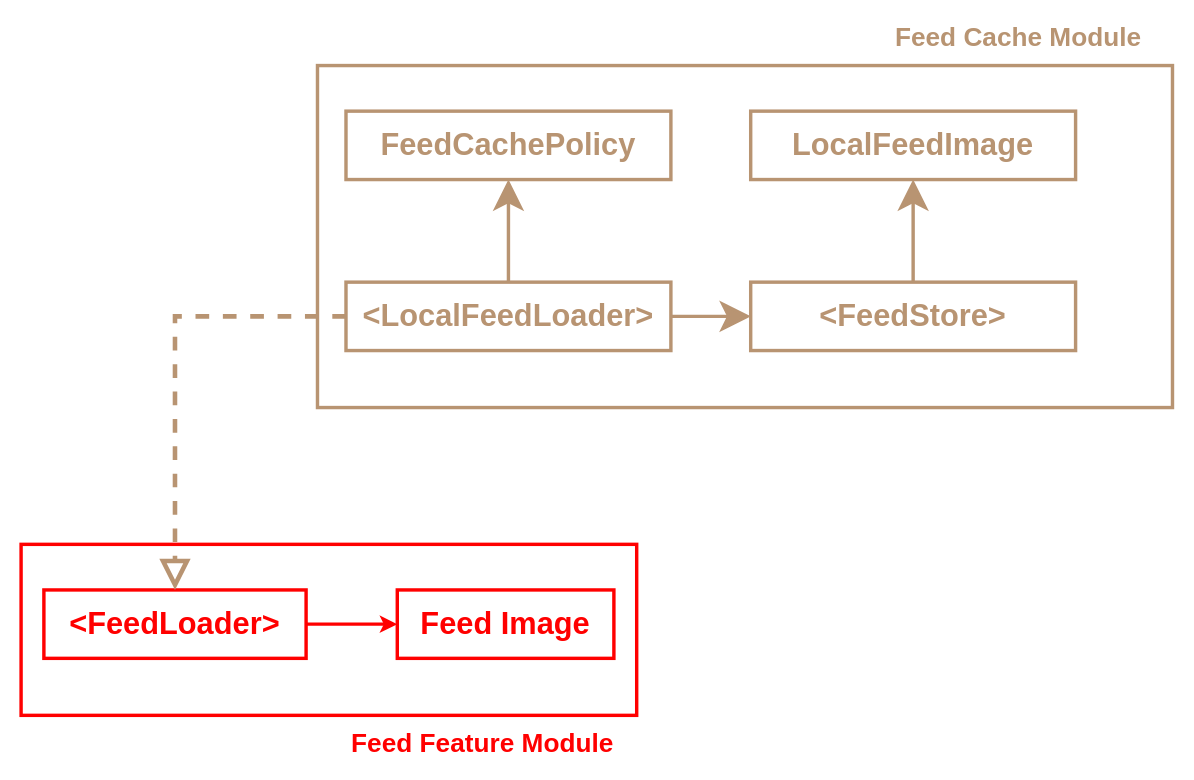
The draw.io diagram EssentialFeed/architecture.drawio in ahmad-atef/Essential-Developer, before the edit. Source tidied: cells renumbered, new cells numbered last; positions are measured from the earlier drawing's top-left corner, leaving out a move shared by most shapes. Both pictures are drawn from the tidied source at 114%, with x=0, y=0 at pixel (21, 19).
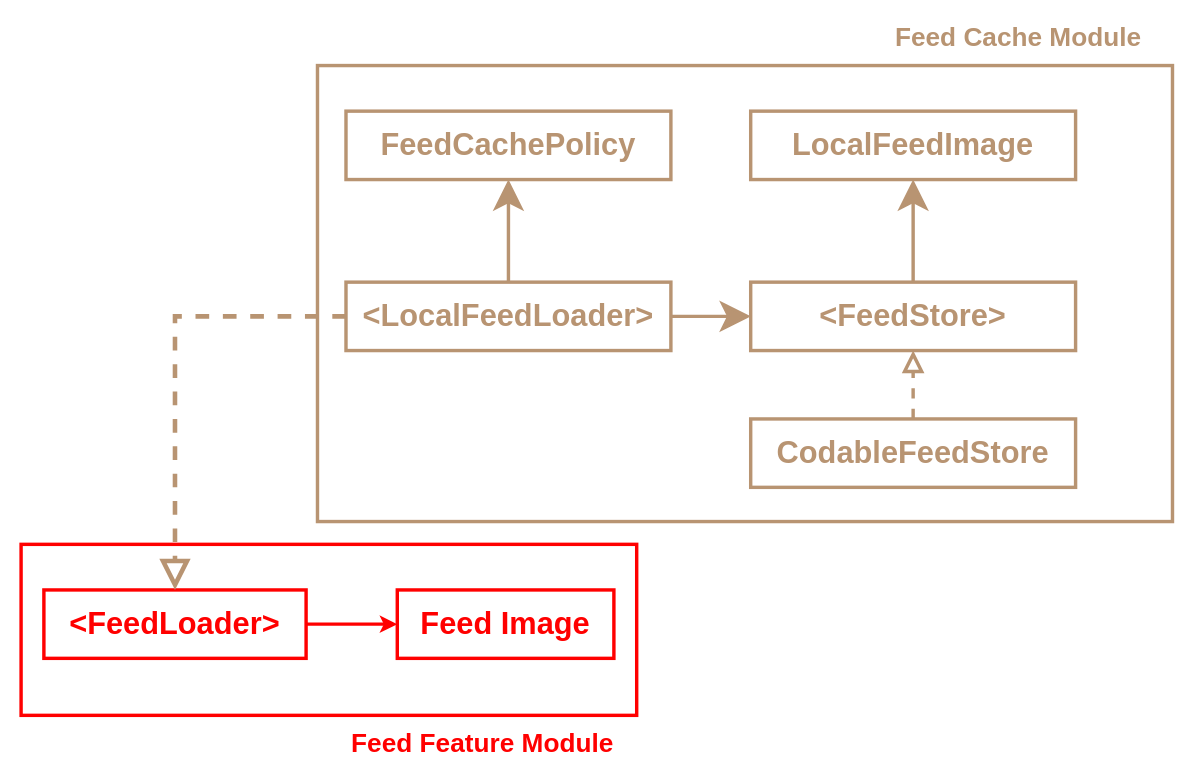
The same page after the edit.

What changed in the source:
```diff
@@
 <mxGraphModel>
   <root>
     <mxCell id="0" />
     <mxCell id="1" parent="0" />
     <mxCell id="2" style="rounded=0;whiteSpace=wrap;html=1;fontSize=18;strokeWidth=3;strokeColor=#FF0000;" parent="1" vertex="1">
       <mxGeometry y="460" width="540" height="150" as="geometry" />
     </mxCell>
     <mxCell id="3" value="&lt;h2&gt;&lt;font color=&quot;#ff0000&quot;&gt;&amp;lt;FeedLoader&amp;gt;&lt;/font&gt;&lt;/h2&gt;" style="rounded=0;whiteSpace=wrap;html=1;fontSize=18;strokeWidth=3;strokeColor=#FF0000;" parent="1" vertex="1">
       <mxGeometry x="20" y="500" width="230" height="60" as="geometry" />
     </mxCell>
     <mxCell id="4" value="&lt;h2&gt;&lt;font color=&quot;#ff0000&quot;&gt;Feed Image&lt;/font&gt;&lt;/h2&gt;" style="rounded=0;whiteSpace=wrap;html=1;fontSize=18;strokeWidth=3;strokeColor=#FF0000;" parent="1" vertex="1">
       <mxGeometry x="330" y="500" width="190" height="60" as="geometry" />
     </mxCell>
     <mxCell id="5" style="endArrow=classic;html=1;rounded=0;fontSize=18;exitX=1;exitY=0.5;exitDx=0;exitDy=0;entryX=0;entryY=0.5;entryDx=0;entryDy=0;strokeWidth=3;strokeColor=#FF0000;" parent="1" edge="1" source="3" target="4">
       <mxGeometry relative="1" as="geometry" />
     </mxCell>
     <mxCell id="6" style="rounded=0;whiteSpace=wrap;html=1;fontSize=18;fontColor=#FFCE9F;strokeColor=#B89472;strokeWidth=3;" parent="1" vertex="1">
-      <mxGeometry x="260" y="40" width="750" height="300" as="geometry" />
+      <mxGeometry x="260" y="40" width="750" height="400" as="geometry" />
     </mxCell>
     <mxCell id="7" value="&lt;font style=&quot;font-size: 23px&quot;&gt;&lt;b&gt;Feed Feature Module&lt;/b&gt;&lt;/font&gt;" style="text;html=1;strokeColor=none;fillColor=none;align=center;verticalAlign=middle;whiteSpace=wrap;rounded=0;fontSize=18;fontColor=#FF0000;" parent="1" vertex="1">
       <mxGeometry x="270" y="620" width="270" height="30" as="geometry" />
     </mxCell>
     <mxCell id="8" style="edgeStyle=orthogonalEdgeStyle;rounded=0;jettySize=auto;html=1;fontSize=18;fontColor=#FFCE9F;strokeColor=#B89472;strokeWidth=4;dashed=1;endArrow=block;endFill=0;endSize=17;" parent="1" edge="1" source="9" target="3">
       <mxGeometry relative="1" as="geometry" />
     </mxCell>
     <mxCell id="9" value="&lt;h2&gt;&lt;font&gt;&amp;lt;LocalFeedLoader&amp;gt;&lt;/font&gt;&lt;/h2&gt;" style="rounded=0;whiteSpace=wrap;html=1;fontSize=18;strokeWidth=3;strokeColor=#B89472;fontColor=#B89472;" parent="1" vertex="1">
       <mxGeometry x="285" y="230" width="285" height="60" as="geometry" />
     </mxCell>
     <mxCell id="10" style="edgeStyle=orthogonalEdgeStyle;rounded=1;jettySize=auto;html=1;fontSize=18;fontColor=#B89472;startArrow=classic;startFill=1;endArrow=none;endFill=0;startSize=18;endSize=18;strokeColor=#B89472;strokeWidth=3;" parent="1" edge="1" source="11" target="13">
       <mxGeometry relative="1" as="geometry" />
     </mxCell>
     <mxCell id="11" value="&lt;h2&gt;&lt;font&gt;LocalFeedImage&lt;/font&gt;&lt;/h2&gt;" style="rounded=0;whiteSpace=wrap;html=1;fontSize=18;strokeWidth=3;strokeColor=#B89472;fontColor=#B89472;" parent="1" vertex="1">
       <mxGeometry x="640" y="80" width="285" height="60" as="geometry" />
     </mxCell>
     <mxCell id="12" style="edgeStyle=orthogonalEdgeStyle;rounded=1;jettySize=auto;html=1;fontSize=18;fontColor=#FFCE9F;endArrow=none;endFill=0;endSize=18;strokeColor=#B89472;strokeWidth=3;entryX=1;entryY=0.5;entryDx=0;entryDy=0;startArrow=classic;startFill=1;startSize=18;" parent="1" edge="1" source="13" target="9">
       <mxGeometry relative="1" as="geometry" />
     </mxCell>
     <mxCell id="13" value="&lt;h2&gt;&lt;font&gt;&amp;lt;FeedStore&amp;gt;&lt;/font&gt;&lt;/h2&gt;" style="rounded=0;whiteSpace=wrap;html=1;fontSize=18;strokeWidth=3;strokeColor=#B89472;fontColor=#B89472;" parent="1" vertex="1">
       <mxGeometry x="640" y="230" width="285" height="60" as="geometry" />
     </mxCell>
     <mxCell id="14" style="edgeStyle=orthogonalEdgeStyle;rounded=1;jettySize=auto;html=1;fontSize=18;fontColor=#B89472;startArrow=classic;startFill=1;endArrow=none;endFill=0;startSize=18;endSize=18;strokeColor=#B89472;strokeWidth=3;" parent="1" edge="1" source="15" target="9">
       <mxGeometry relative="1" as="geometry" />
     </mxCell>
     <mxCell id="15" value="&lt;h2&gt;&lt;font&gt;FeedCachePolicy&lt;/font&gt;&lt;/h2&gt;" style="rounded=0;whiteSpace=wrap;html=1;fontSize=18;strokeWidth=3;strokeColor=#B89472;fontColor=#B89472;" parent="1" vertex="1">
       <mxGeometry x="285" y="80" width="285" height="60" as="geometry" />
     </mxCell>
     <mxCell id="16" value="&lt;font style=&quot;font-size: 23px&quot;&gt;&lt;b&gt;Feed Cache Module&lt;/b&gt;&lt;/font&gt;" style="text;html=1;strokeColor=none;fillColor=none;align=center;verticalAlign=middle;whiteSpace=wrap;rounded=0;fontSize=18;fontColor=#B89472;" parent="1" vertex="1">
       <mxGeometry x="740" width="270" height="30" as="geometry" />
     </mxCell>
+    <mxCell id="17" style="edgeStyle=orthogonalEdgeStyle;rounded=0;jettySize=auto;html=1;strokeColor=#B89472;strokeWidth=3;endSize=12;dashed=1;endArrow=block;endFill=0;" parent="1" edge="1" source="18" target="13">
+      <mxGeometry relative="1" as="geometry" />
+    </mxCell>
+    <mxCell id="18" value="&lt;h2&gt;&lt;font&gt;CodableFeedStore&lt;/font&gt;&lt;/h2&gt;" style="rounded=0;whiteSpace=wrap;html=1;fontSize=18;strokeWidth=3;strokeColor=#B89472;fontColor=#B89472;" parent="1" vertex="1">
+      <mxGeometry x="640" y="350" width="285" height="60" as="geometry" />
+    </mxCell>
   </root>
 </mxGraphModel>
```
